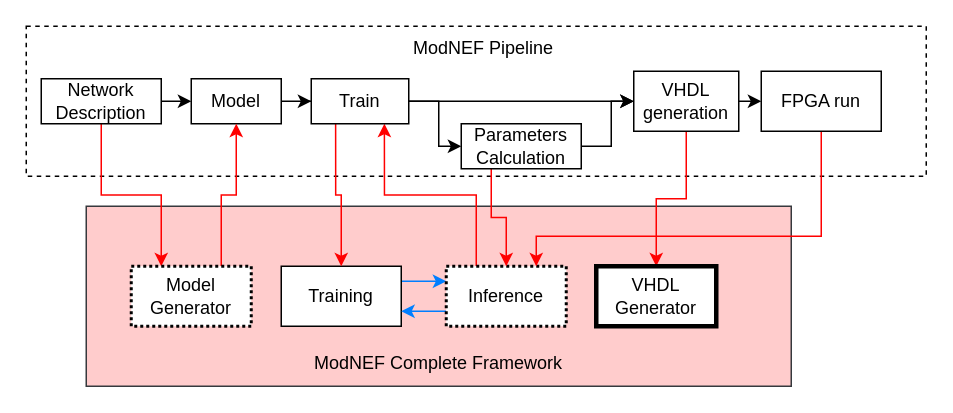
AurelieSa/draw_io keeps this draw.io diagram as modnef_pipeline.drawio. Above is the earlier version. Source tidied: cells renumbered, new cells numbered last; positions are measured from the earlier drawing's top-left corner, leaving out a move shared by most shapes. Both pictures are drawn from the tidied source at 150%, with x=0, y=0 at pixel (26, 26).
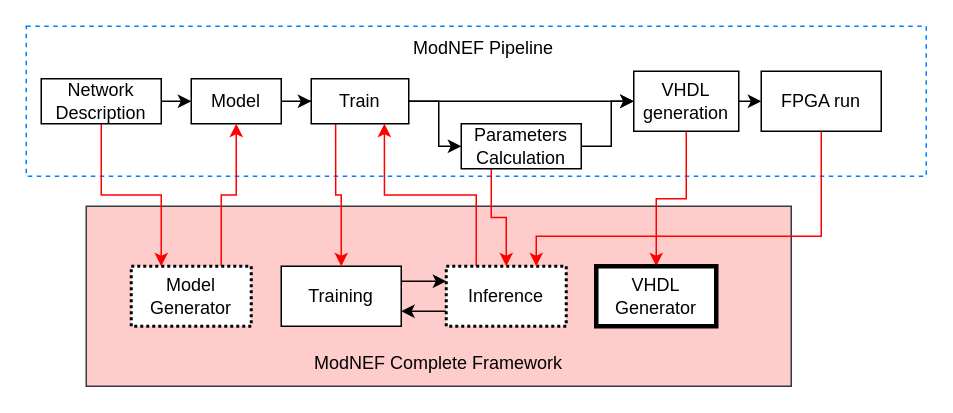
The same diagram, later.

The change refers to these unchanged cells:
```xml
<mxCell id="12" value="Training" style="rounded=0;whiteSpace=wrap;html=1;" parent="1" vertex="1">
  <mxGeometry x="170" y="160" width="80" height="40" as="geometry" />
</mxCell>
<mxCell id="15" value="Inference" style="rounded=0;whiteSpace=wrap;html=1;strokeWidth=2;dashed=1;dashPattern=1 1;" parent="1" vertex="1">
  <mxGeometry x="280" y="160" width="80" height="40" as="geometry" />
</mxCell>
```

The edit, as a diff of the source:
```diff
@@
-    <mxCell id="2" style="rounded=0;whiteSpace=wrap;html=1;dashed=1;" parent="1" vertex="1">
+    <mxCell id="2" style="rounded=0;whiteSpace=wrap;html=1;dashed=1;strokeColor=#007FFF;" parent="1" vertex="1">
       <mxGeometry width="600" height="100" as="geometry" />
     </mxCell>
@@
-    <mxCell id="11" style="edgeStyle=orthogonalEdgeStyle;rounded=0;jettySize=auto;html=1;exitX=1;exitY=0.25;exitDx=0;exitDy=0;entryX=0;entryY=0.25;entryDx=0;entryDy=0;strokeColor=#007FFF;" parent="1" edge="1" source="12" target="15">
+    <mxCell id="11" style="edgeStyle=orthogonalEdgeStyle;rounded=0;jettySize=auto;html=1;exitX=1;exitY=0.25;exitDx=0;exitDy=0;entryX=0;entryY=0.25;entryDx=0;entryDy=0;strokeColor=#000000;" parent="1" edge="1" source="12" target="15">
       <mxGeometry relative="1" as="geometry" />
     </mxCell>
@@
-    <mxCell id="13" style="edgeStyle=orthogonalEdgeStyle;rounded=0;jettySize=auto;html=1;exitX=0;exitY=0.75;exitDx=0;exitDy=0;entryX=1;entryY=0.75;entryDx=0;entryDy=0;strokeColor=#007FFF;" parent="1" edge="1" source="15" target="12">
+    <mxCell id="13" style="edgeStyle=orthogonalEdgeStyle;rounded=0;jettySize=auto;html=1;exitX=0;exitY=0.75;exitDx=0;exitDy=0;entryX=1;entryY=0.75;entryDx=0;entryDy=0;strokeColor=#000000;" parent="1" edge="1" source="15" target="12">
       <mxGeometry relative="1" as="geometry" />
     </mxCell>
```
